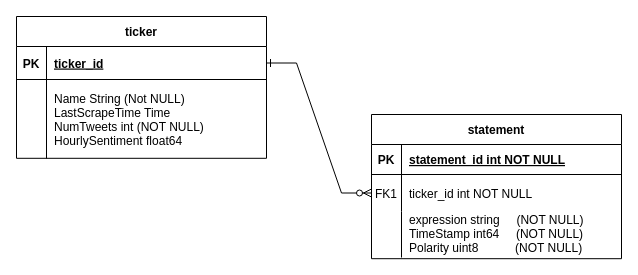
The draw.io diagram DB_Scheme.drawio in jonreesman/watch-dog, before the edit. Source tidied: cells renumbered, new cells numbered last; positions are measured from the earlier drawing's top-left corner, leaving out a move shared by most shapes. Both pictures are drawn from the tidied source at 100%, with x=0, y=0 at pixel (16, 16).
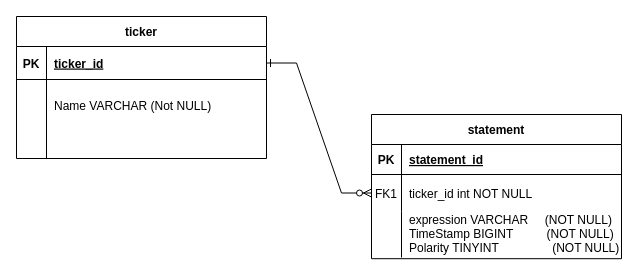
Above is the later version.

Commit message:
Changed database scheme.

Diff of the diagram source:
```diff
@@
 <mxGraphModel>
   <root>
     <mxCell id="0" />
     <mxCell id="1" parent="0" />
     <mxCell id="2" style="edgeStyle=entityRelationEdgeStyle;endArrow=ERzeroToMany;startArrow=ERone;endFill=1;startFill=0;rounded=0;" parent="1" edge="1" source="14" target="7">
       <mxGeometry relative="1" as="geometry" />
     </mxCell>
     <mxCell id="3" value="statement" style="shape=table;startSize=30;childLayout=tableLayout;rowLines=0;fontStyle=1;align=center;hachureGap=4;" parent="1" vertex="1">
       <mxGeometry x="355" y="98" width="250" height="144.2" as="geometry" />
     </mxCell>
     <mxCell id="4" style="shape=partialRectangle;fillColor=none;top=0;left=0;right=0;bottom=1;hachureGap=4;" parent="3" vertex="1">
       <mxGeometry y="30" width="250" height="30" as="geometry" />
     </mxCell>
     <mxCell id="5" value="PK" style="shape=partialRectangle;overflow=hidden;fillColor=none;top=0;left=0;bottom=0;right=0;fontStyle=1;hachureGap=4;" parent="4" vertex="1">
       <mxGeometry width="30" height="30" as="geometry" />
     </mxCell>
-    <mxCell id="6" value="statement_id int NOT NULL " style="shape=partialRectangle;overflow=hidden;fillColor=none;top=0;left=0;bottom=0;right=0;align=left;spacingLeft=6;fontStyle=5;hachureGap=4;" parent="4" vertex="1">
+    <mxCell id="6" value="statement_id" style="shape=partialRectangle;overflow=hidden;fillColor=none;top=0;left=0;bottom=0;right=0;align=left;spacingLeft=6;fontStyle=5;hachureGap=4;" parent="4" vertex="1">
       <mxGeometry x="30" width="220" height="30" as="geometry" />
     </mxCell>
     <mxCell id="7" style="shape=partialRectangle;fillColor=none;points=[[0,0.5],[1,0.5]];portConstraint=eastwest;top=0;left=0;right=0;bottom=0;hachureGap=4;" parent="3" vertex="1">
       <mxGeometry y="60" width="250" height="37" as="geometry" />
     </mxCell>
     <mxCell id="8" value="FK1" style="shape=partialRectangle;overflow=hidden;fillColor=none;top=0;left=0;bottom=0;right=0;hachureGap=4;" parent="7" vertex="1">
       <mxGeometry width="30" height="37" as="geometry" />
     </mxCell>
     <mxCell id="9" value="ticker_id int NOT NULL" style="shape=partialRectangle;overflow=hidden;fillColor=none;top=0;left=0;bottom=0;right=0;align=left;spacingLeft=6;hachureGap=4;" parent="7" vertex="1">
       <mxGeometry x="30" width="220" height="37" as="geometry" />
     </mxCell>
     <mxCell id="10" style="shape=partialRectangle;fillColor=none;top=0;left=0;right=0;bottom=0;hachureGap=4;" parent="3" vertex="1">
       <mxGeometry y="97" width="250" height="46" as="geometry" />
     </mxCell>
     <mxCell id="11" style="shape=partialRectangle;overflow=hidden;fillColor=none;top=0;left=0;bottom=0;right=0;hachureGap=4;" parent="10" vertex="1">
       <mxGeometry width="30" height="46" as="geometry" />
     </mxCell>
-    <mxCell id="12" value="expression string     (NOT NULL)&#10;TimeStamp int64     (NOT NULL)&#10;Polarity uint8           (NOT NULL)&#10;" style="shape=partialRectangle;overflow=hidden;fillColor=none;top=0;left=0;bottom=0;right=0;align=left;spacingLeft=6;hachureGap=4;" parent="10" vertex="1">
+    <mxCell id="12" value="expression VARCHAR     (NOT NULL)&#10;TimeStamp BIGINT          (NOT NULL)&#10;Polarity TINYINT                (NOT NULL)&#10;" style="shape=partialRectangle;overflow=hidden;fillColor=none;top=0;left=0;bottom=0;right=0;align=left;spacingLeft=6;hachureGap=4;" parent="10" vertex="1">
       <mxGeometry x="30" width="220" height="46" as="geometry" />
     </mxCell>
     <mxCell id="13" value="ticker" style="shape=table;startSize=30;childLayout=tableLayout;rowLines=0;fontStyle=1;align=center;hachureGap=4;" parent="1" vertex="1">
-      <mxGeometry width="250" height="141.8" as="geometry" />
+      <mxGeometry width="250" height="142" as="geometry" />
     </mxCell>
     <mxCell id="14" style="shape=partialRectangle;fillColor=none;points=[[0,0.5],[1,0.5]];portConstraint=eastwest;top=0;left=0;right=0;bottom=1;hachureGap=4;" parent="13" vertex="1">
       <mxGeometry y="30" width="250" height="33" as="geometry" />
     </mxCell>
     <mxCell id="15" value="PK" style="shape=partialRectangle;overflow=hidden;fillColor=none;top=0;left=0;bottom=0;right=0;fontStyle=1;hachureGap=4;" parent="14" vertex="1">
       <mxGeometry width="30" height="33" as="geometry" />
     </mxCell>
     <mxCell id="16" value="ticker_id" style="shape=partialRectangle;overflow=hidden;fillColor=none;top=0;left=0;bottom=0;right=0;align=left;spacingLeft=6;fontStyle=5;hachureGap=4;" parent="14" vertex="1">
       <mxGeometry x="30" width="220" height="33" as="geometry" />
     </mxCell>
     <mxCell id="17" style="shape=partialRectangle;fillColor=none;top=0;left=0;right=0;bottom=0;hachureGap=4;" parent="13" vertex="1">
       <mxGeometry y="63" width="250" height="79" as="geometry" />
     </mxCell>
     <mxCell id="18" style="shape=partialRectangle;overflow=hidden;fillColor=none;top=0;left=0;bottom=0;right=0;hachureGap=4;" parent="17" vertex="1">
       <mxGeometry width="30" height="79" as="geometry" />
     </mxCell>
-    <mxCell id="19" value="Name String (Not NULL)&#10;LastScrapeTime Time&#10;NumTweets int (NOT NULL)&#10;HourlySentiment float64" style="shape=partialRectangle;overflow=hidden;fillColor=none;top=0;left=0;bottom=0;right=0;align=left;spacingLeft=6;hachureGap=4;" parent="17" vertex="1">
+    <mxCell id="19" value="Name VARCHAR (Not NULL)&#10;&#10;" style="shape=partialRectangle;overflow=hidden;fillColor=none;top=0;left=0;bottom=0;right=0;align=left;spacingLeft=6;hachureGap=4;" parent="17" vertex="1">
       <mxGeometry x="30" width="220" height="79" as="geometry" />
     </mxCell>
   </root>
 </mxGraphModel>
```
